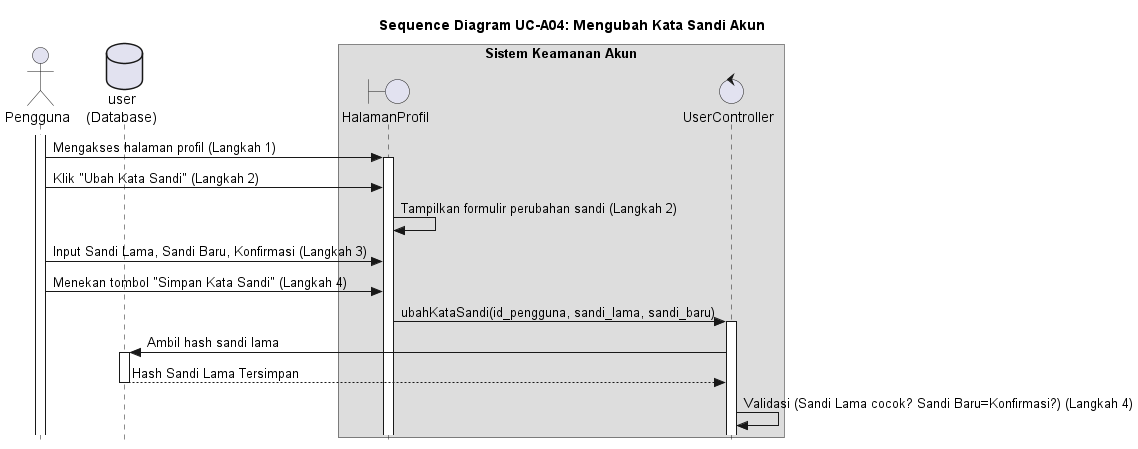
Above: out/UC-A04/SD-UC-A04_UbahKataSandi.png in alfiahnurfa/RSI-PROYEK-AKHIR-SEQUENCE (PlantUML), before the change.
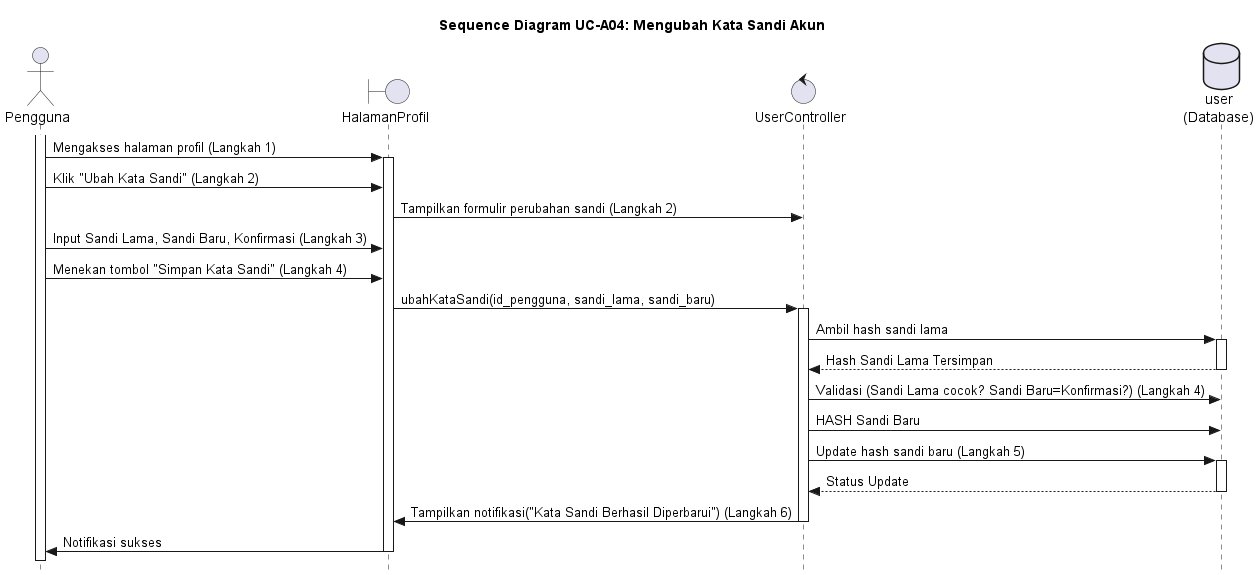
Later version of the same file.

Diff of the diagram source:
```diff
@@ -7,17 +7,13 @@
 control UserController
 database user as "user\n(Database)"
 
-box "Sistem Keamanan Akun"
-    participant HalamanProfil
-    participant UserController
-end box
 
 activate Pengguna
 Pengguna -> HalamanProfil : Mengakses halaman profil (Langkah 1)
 activate HalamanProfil
 
 Pengguna -> HalamanProfil : Klik "Ubah Kata Sandi" (Langkah 2)
-HalamanProfil -> HalamanProfil : Tampilkan formulir perubahan sandi (Langkah 2)
+HalamanProfil -> UserController : Tampilkan formulir perubahan sandi (Langkah 2)
 
 Pengguna -> HalamanProfil : Input Sandi Lama, Sandi Baru, Konfirmasi (Langkah 3)
 
@@ -31,8 +27,19 @@
 user --> UserController : Hash Sandi Lama Tersimpan
 deactivate user
 
-UserController -> UserController : Validasi (Sandi Lama cocok? Sandi Baru=Konfirmasi?) (Langkah 4)
+UserController -> user : Validasi (Sandi Lama cocok? Sandi Baru=Konfirmasi?) (Langkah 4)
 
+UserController -> user : HASH Sandi Baru
+UserController -> user : Update hash sandi baru (Langkah 5)
+activate user
+user --> UserController : Status Update
+deactivate user
+
+UserController -> HalamanProfil : Tampilkan notifikasi("Kata Sandi Berhasil Diperbarui") (Langkah 6)
+deactivate UserController
+
+HalamanProfil -> Pengguna : Notifikasi sukses
+deactivate HalamanProfil
 
 
 
```
